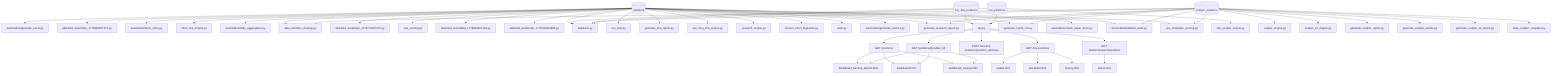
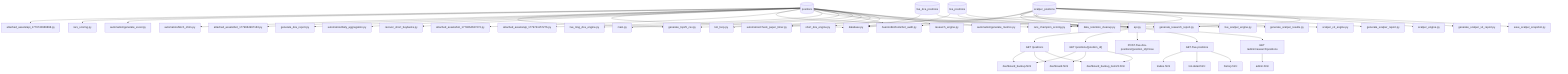
graph TD
+     positions[("positions")] --> attached_assets_api_1779740966898_py["attached_assets/api_1779740966898.py"]
+     positions[("positions")] --> rars_scoring_py["rars_scoring.py"]
    positions[("positions")] --> automation_generate_excel_py["automation/generate_excel.py"]
+     positions[("positions")] --> generate_top25_csv_py["generate_top25_csv.py"]
+     positions[("positions")] --> automation_fetch_ohlcv_py["automation/fetch_ohlcv.py"]
+     positions[("positions")] --> attached_assets_bot_1779664997163_py["attached_assets/bot_1779664997163.py"]
+     positions[("positions")] --> generate_dca_report_py["generate_dca_report.py"]
+     positions[("positions")] --> database_py["database.py"]
+     positions[("positions")] --> automation_daily_aggregation_py["automation/daily_aggregation.py"]
+     positions[("positions")] --> recover_short_buybacks_py["recover_short_buybacks.py"]
+     positions[("positions")] --> rars_champion_scoring_py["rars_champion_scoring.py"]
    positions[("positions")] --> attached_assets_bot_1779664637272_py["attached_assets/bot_1779664637272.py"]
-     positions[("positions")] --> automation_fetch_ohlcv_py["automation/fetch_ohlcv.py"]
+     positions[("positions")] --> generate_research_report_py["generate_research_report.py"]
+     positions[("positions")] --> attached_assets_api_1779741157276_py["attached_assets/api_1779741157276.py"]
+     positions[("positions")] --> AverionBot_tools_bot_audit_py["AverionBot/tools/bot_audit.py"]
+     positions[("positions")] --> data_retention_cleanup_py["data_retention_cleanup.py"]
+     positions[("positions")] --> live_long_dca_engine_py["live_long_dca_engine.py"]
+     positions[("positions")] --> api_py["api.py"]
+     positions[("positions")] --> main_py["main.py"]
+     positions[("positions")] --> bot_loop_py["bot_loop.py"]
+     positions[("positions")] --> automation_check_paper_timer_py["automation/check_paper_timer.py"]
    positions[("positions")] --> short_dca_engine_py["short_dca_engine.py"]
-     positions[("positions")] --> automation_daily_aggregation_py["automation/daily_aggregation.py"]
-     positions[("positions")] --> data_retention_cleanup_py["data_retention_cleanup.py"]
-     positions[("positions")] --> attached_assets_api_1779741157276_py["attached_assets/api_1779741157276.py"]
-     positions[("positions")] --> rars_scoring_py["rars_scoring.py"]
-     positions[("positions")] --> attached_assets_bot_1779664997163_py["attached_assets/bot_1779664997163.py"]
-     positions[("positions")] --> attached_assets_api_1779740966898_py["attached_assets/api_1779740966898.py"]
-     positions[("positions")] --> database_py["database.py"]
-     positions[("positions")] --> bot_loop_py["bot_loop.py"]
-     positions[("positions")] --> generate_dca_report_py["generate_dca_report.py"]
-     positions[("positions")] --> live_long_dca_engine_py["live_long_dca_engine.py"]
    positions[("positions")] --> research_engine_py["research_engine.py"]
-     positions[("positions")] --> recover_short_buybacks_py["recover_short_buybacks.py"]
-     positions[("positions")] --> main_py["main.py"]
    positions[("positions")] --> automation_generate_metrics_py["automation/generate_metrics.py"]
-     positions[("positions")] --> generate_research_report_py["generate_research_report.py"]
-     positions[("positions")] --> api_py["api.py"]
-     positions[("positions")] --> generate_top25_csv_py["generate_top25_csv.py"]
-     positions[("positions")] --> automation_check_paper_timer_py["automation/check_paper_timer.py"]
-     positions[("positions")] --> AverionBot_tools_bot_audit_py["AverionBot/tools/bot_audit.py"]
-     positions[("positions")] --> rars_champion_scoring_py["rars_champion_scoring.py"]
+     live_dca_positions[("live_dca_positions")] --> database_py["database.py"]
    live_dca_positions[("live_dca_positions")] --> api_py["api.py"]
-     live_dca_positions[("live_dca_positions")] --> database_py["database.py"]
+     live_positions[("live_positions")] --> database_py["database.py"]
+     live_positions[("live_positions")] --> api_py["api.py"]
    live_positions[("live_positions")] --> live_scalper_engine_py["live_scalper_engine.py"]
-     live_positions[("live_positions")] --> api_py["api.py"]
-     live_positions[("live_positions")] --> database_py["database.py"]
-     scalper_positions[("scalper_positions")] --> scalper_engine_py["scalper_engine.py"]
-     scalper_positions[("scalper_positions")] --> generate_top25_csv_py["generate_top25_csv.py"]
-     scalper_positions[("scalper_positions")] --> scalper_v2_engine_py["scalper_v2_engine.py"]
-     scalper_positions[("scalper_positions")] --> generate_scalper_report_py["generate_scalper_report.py"]
    scalper_positions[("scalper_positions")] --> generate_scalper_results_py["generate_scalper_results.py"]
    scalper_positions[("scalper_positions")] --> AverionBot_tools_bot_audit_py["AverionBot/tools/bot_audit.py"]
    scalper_positions[("scalper_positions")] --> database_py["database.py"]
+     scalper_positions[("scalper_positions")] --> data_retention_cleanup_py["data_retention_cleanup.py"]
+     scalper_positions[("scalper_positions")] --> scalper_v2_engine_py["scalper_v2_engine.py"]
+     scalper_positions[("scalper_positions")] --> api_py["api.py"]
+     scalper_positions[("scalper_positions")] --> generate_top25_csv_py["generate_top25_csv.py"]
+     scalper_positions[("scalper_positions")] --> generate_scalper_report_py["generate_scalper_report.py"]
+     scalper_positions[("scalper_positions")] --> rars_champion_scoring_py["rars_champion_scoring.py"]
+     scalper_positions[("scalper_positions")] --> scalper_engine_py["scalper_engine.py"]
    scalper_positions[("scalper_positions")] --> generate_scalper_v2_report_py["generate_scalper_v2_report.py"]
    scalper_positions[("scalper_positions")] --> save_scalper_snapshot_py["save_scalper_snapshot.py"]
-     scalper_positions[("scalper_positions")] --> rars_champion_scoring_py["rars_champion_scoring.py"]
-     scalper_positions[("scalper_positions")] --> api_py["api.py"]
-     scalper_positions[("scalper_positions")] --> data_retention_cleanup_py["data_retention_cleanup.py"]
    scalper_positions[("scalper_positions")] --> generate_research_report_py["generate_research_report.py"]
    api_py --> _positions["GET /positions"]
+     _positions --> dashboard_backup_html["dashboard_backup.html"]
+     _positions --> dashboard_html["dashboard.html"]
    _positions --> dashboard_backup_item23_html["dashboard_backup_item23.html"]
-     _positions --> dashboard_html["dashboard.html"]
-     _positions --> dashboard_backup_html["dashboard_backup.html"]
    api_py --> _positions_position_id["GET /positions/{position_id}"]
+     _positions_position_id --> dashboard_backup_html["dashboard_backup.html"]
+     _positions_position_id --> dashboard_html["dashboard.html"]
    _positions_position_id --> dashboard_backup_item23_html["dashboard_backup_item23.html"]
-     _positions_position_id --> dashboard_html["dashboard.html"]
-     _positions_position_id --> dashboard_backup_html["dashboard_backup.html"]
    api_py --> _live-dca-positions_position_id_close["POST /live-dca-positions/{position_id}/close"]
    api_py --> _live-positions["GET /live-positions"]
    _live-positions --> trades_html["trades.html"]
    _live-positions --> bot-detail_html["bot-detail.html"]
    _live-positions --> history_html["history.html"]
    api_py --> _admin_research_positions["GET /admin/research/positions"]
    _admin_research_positions --> admin_html["admin.html"]
